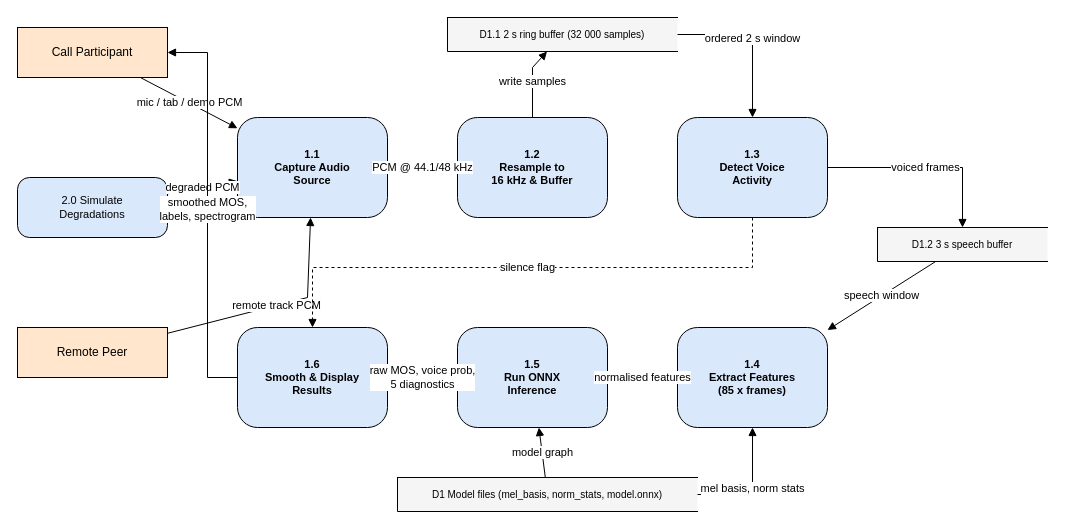
Before: docs/diagrams/06_dfd_level2.drawio in gagandeepkaur75/EdgeAudio, a draw.io diagram. Source tidied: cells renumbered, new cells numbered last; positions are measured from the earlier drawing's top-left corner, leaving out a move shared by most shapes. Both pictures are drawn from the tidied source at 100%, with x=0, y=0 at pixel (17, 17).
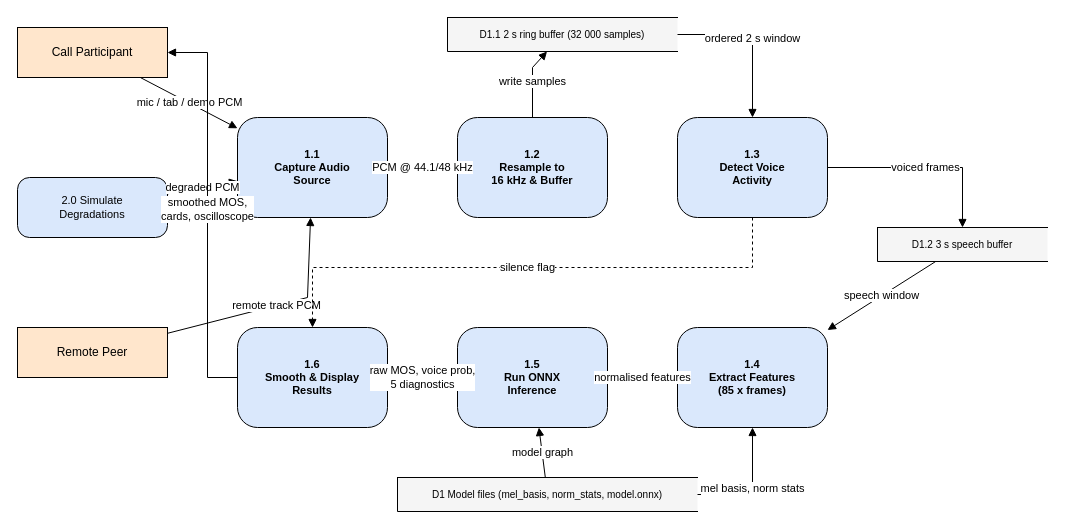
The same diagram, later.

Commit message (it also covers changes not shown here):
Correct diagram wording: live oscilloscope instead of spectrogram

The change refers to these unchanged cells:
```xml
<mxCell id="2" value="Call Participant" style="rounded=0;whiteSpace=wrap;html=1;fontFamily=Helvetica;fontSize=12;fontColor=#000000;strokeColor=#000000;fillColor=#ffe6cc;" parent="1" vertex="1">
  <mxGeometry y="10" width="150" height="50" as="geometry" />
</mxCell>
<mxCell id="10" value="1.6&lt;br/&gt;Smooth &amp;amp; Display&lt;br/&gt;Results" style="rounded=1;arcSize=20;whiteSpace=wrap;html=1;fontFamily=Helvetica;fontSize=11;fontColor=#000000;strokeColor=#000000;fillColor=#dae8fc;fontStyle=1;" parent="1" vertex="1">
  <mxGeometry x="220" y="310" width="150" height="100" as="geometry" />
</mxCell>
```

What changed in the source:
```diff
@@
-    <mxCell id="27" value="smoothed MOS,&lt;br/&gt;labels, spectrogram" style="html=1;edgeStyle=none;rounded=0;fontSize=11;fontColor=#000000;strokeColor=#000000;labelBackgroundColor=#ffffff;endArrow=block;endFill=1;" parent="1" edge="1" source="10" target="2">
+    <mxCell id="27" value="smoothed MOS,&lt;br/&gt;cards, oscilloscope" style="html=1;edgeStyle=none;rounded=0;fontSize=11;fontColor=#000000;strokeColor=#000000;labelBackgroundColor=#ffffff;endArrow=block;endFill=1;" parent="1" edge="1" source="10" target="2">
       <mxGeometry relative="1" as="geometry">
         <Array as="points">
           <mxPoint x="190" y="360" />
           <mxPoint x="190" y="35" />
         </Array>
       </mxGeometry>
     </mxCell>
```
